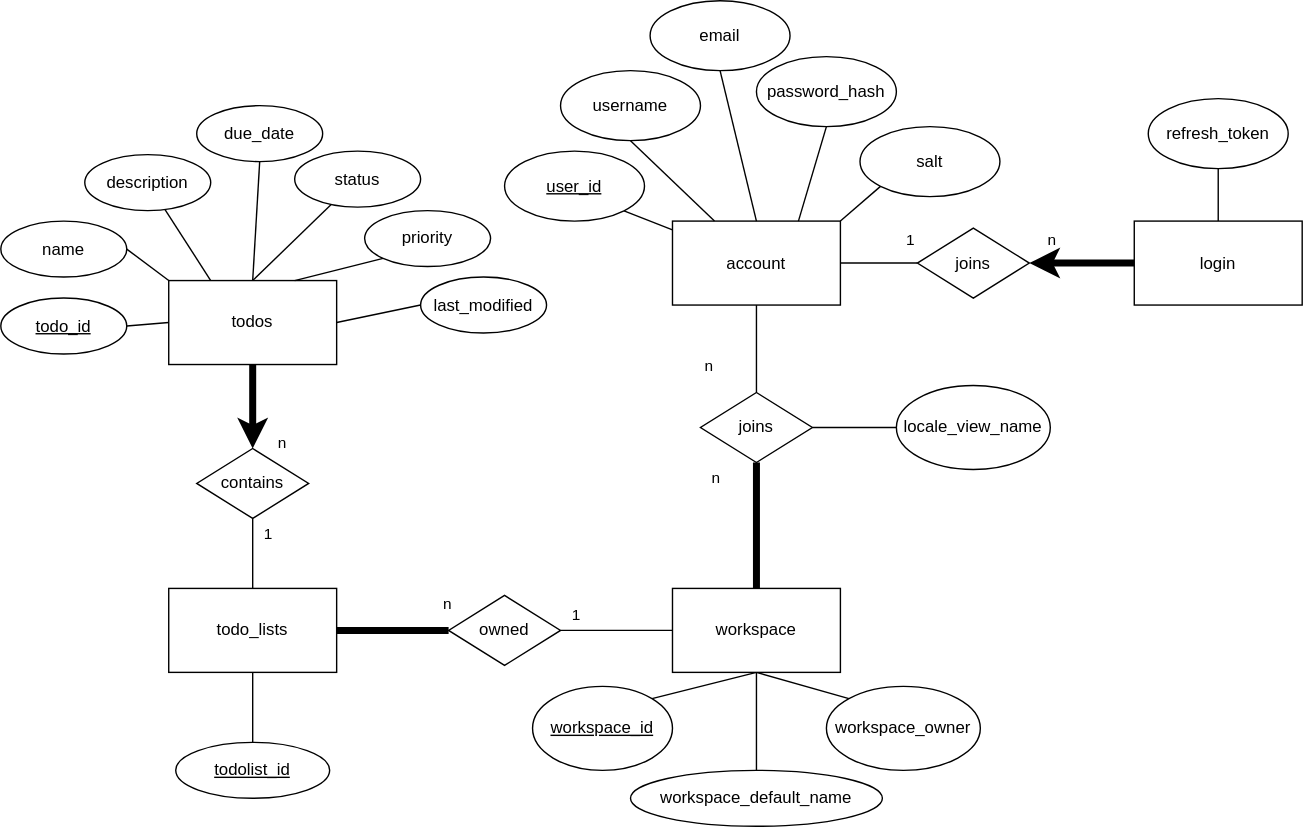
alex-au-922/sleekflow_coding_test keeps this draw.io diagram as specifications/src/er_diagram.drawio.svg. Above is the earlier version. Source tidied: cells renumbered, new cells last; positions are measured from the earlier drawing's top-left corner, leaving out a move shared by most shapes.
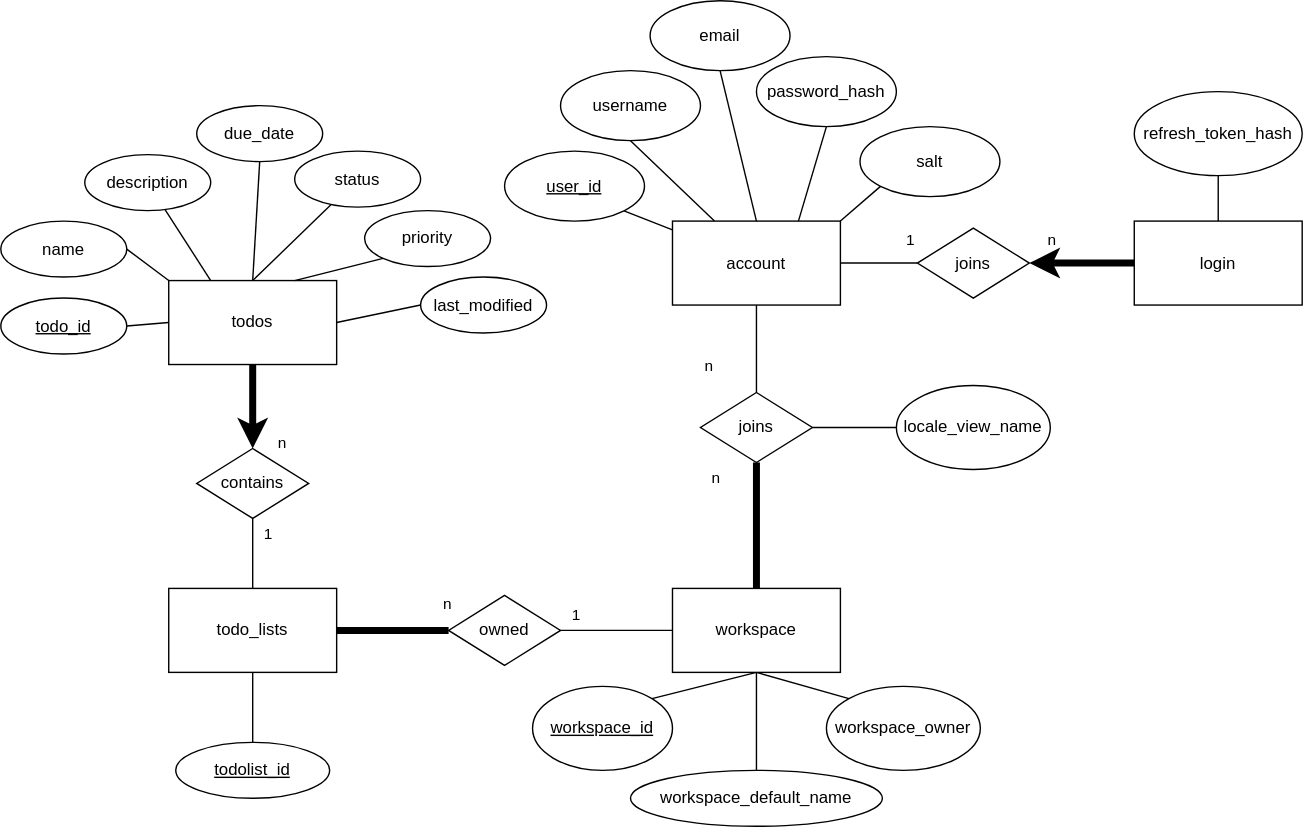
The same file after the commit.

Change to the diagram source:
```diff
@@ -189,8 +189,8 @@
     <mxCell id="58" style="edgeStyle=none;html=1;entryX=0.5;entryY=0;entryDx=0;entryDy=0;endArrow=none;endFill=0;strokeWidth=1;" parent="1" edge="1" source="59" target="56">
       <mxGeometry relative="1" as="geometry" />
     </mxCell>
-    <mxCell id="59" value="refresh_token" style="ellipse;whiteSpace=wrap;html=1;" parent="1" vertex="1">
-      <mxGeometry x="820" y="70" width="100" height="50" as="geometry" />
+    <mxCell id="59" value="refresh_token_hash" style="ellipse;whiteSpace=wrap;html=1;" parent="1" vertex="1">
+      <mxGeometry x="810" y="65" width="120" height="60" as="geometry" />
     </mxCell>
     <mxCell id="60" style="edgeStyle=none;html=1;exitX=0;exitY=0.5;exitDx=0;exitDy=0;entryX=1;entryY=0.5;entryDx=0;entryDy=0;endArrow=none;endFill=0;strokeWidth=1;" parent="1" edge="1" source="61" target="8">
       <mxGeometry relative="1" as="geometry" />
```
